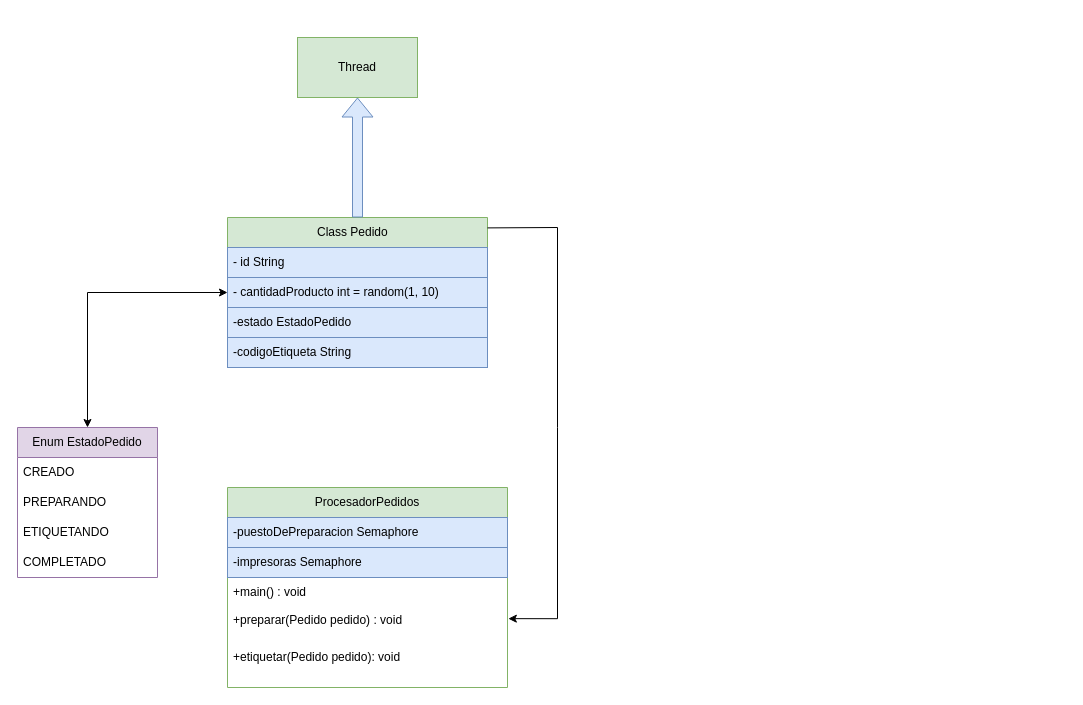
Before: DiagramasDrawIO/ModelosDeClasesFastBox.drawio in WalterMass/GeneralDam, a draw.io diagram. Source tidied: cells renumbered, new cells numbered last; positions are measured from the earlier drawing's top-left corner, leaving out a move shared by most shapes. Both pictures are drawn from the tidied source at 100%, with x=0, y=0 at pixel (17, 37).
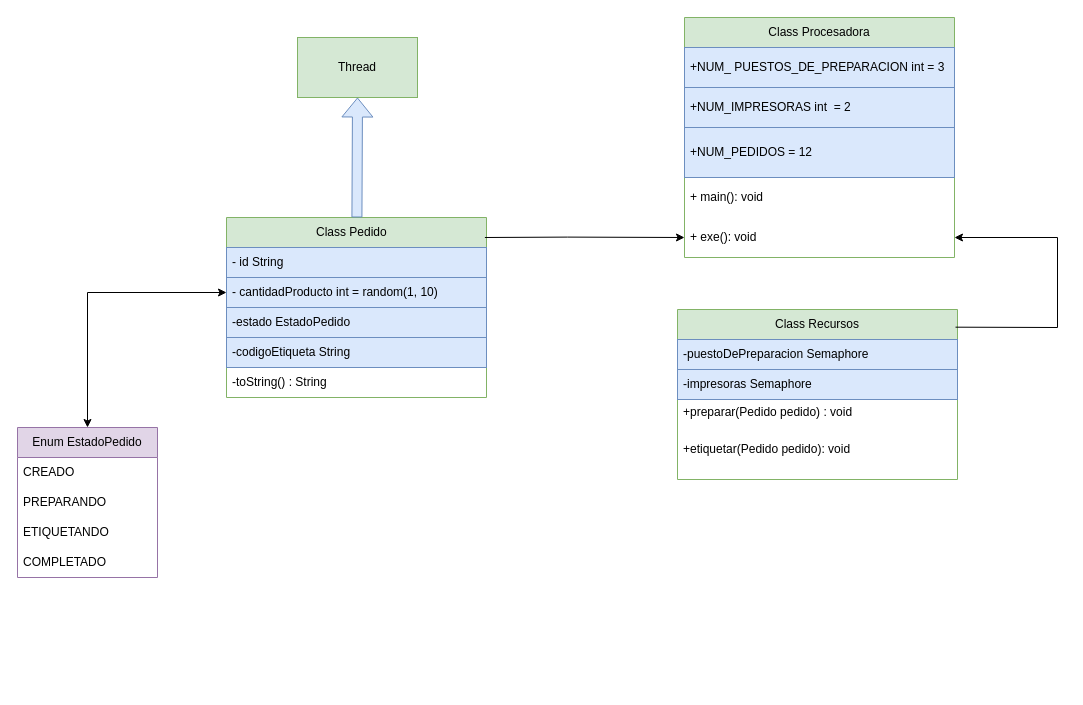
The same diagram, later.

Unchanged cells that the change refers to:
```xml
<mxCell id="4" value="- cantidadProducto int = random(1, 10)" style="text;strokeColor=#6c8ebf;fillColor=#dae8fc;align=left;verticalAlign=middle;spacingLeft=4;spacingRight=4;overflow=hidden;points=[[0,0.5],[1,0.5]];portConstraint=eastwest;whiteSpace=wrap;html=1;" parent="2" vertex="1">
  <mxGeometry y="60" width="260" height="30" as="geometry" />
</mxCell>
<mxCell id="7" value="Enum EstadoPedido" style="swimlane;fontStyle=0;horizontal=1;startSize=30;whiteSpace=wrap;html=1;fillColor=#e1d5e7;strokeColor=#9673a6;" parent="1" vertex="1">
  <mxGeometry y="390" width="140" height="150" as="geometry" />
</mxCell>
```

Diff of the diagram source:
```diff
@@
     <mxCell id="2" value="Class Pedido&lt;span style=&quot;white-space: pre;&quot;&gt;&#9;&lt;/span&gt;" style="swimlane;fontStyle=0;horizontal=1;startSize=30;whiteSpace=wrap;html=1;fillColor=#d5e8d4;strokeColor=#82b366;" parent="1" vertex="1">
-      <mxGeometry x="210" y="180" width="260" height="150" as="geometry" />
+      <mxGeometry x="209" y="180" width="260" height="180" as="geometry" />
     </mxCell>
@@
+    <mxCell id="22" value="&lt;div&gt;-toString() : String&lt;/div&gt;" style="text;align=left;verticalAlign=middle;spacingLeft=4;spacingRight=4;overflow=hidden;whiteSpace=wrap;html=1;" parent="2" vertex="1">
+      <mxGeometry y="150" width="260" height="30" as="geometry" />
+    </mxCell>
@@
-    <mxCell id="14" style="endArrow=classic;startArrow=classic;html=1;rounded=0;entryX=0;entryY=0.5;entryDx=0;entryDy=0;exitX=0.5;exitY=0;exitDx=0;exitDy=0;" parent="1" edge="1" source="7" target="2">
+    <mxCell id="14" style="endArrow=classic;startArrow=classic;html=1;rounded=0;entryX=0;entryY=0.5;entryDx=0;entryDy=0;exitX=0.5;exitY=0;exitDx=0;exitDy=0;" parent="1" edge="1" source="7" target="4">
       <mxGeometry relative="1" as="geometry">
         <Array as="points">
           <mxPoint x="70" y="255" />
         </Array>
       </mxGeometry>
     </mxCell>
-    <mxCell id="15" value="ProcesadorPedidos" style="swimlane;fontStyle=0;horizontal=1;startSize=30;whiteSpace=wrap;html=1;fillColor=#d5e8d4;strokeColor=#82b366;" parent="1" vertex="1">
-      <mxGeometry x="210" y="450" width="280" height="200" as="geometry" />
+    <mxCell id="15" value="Class Recursos" style="swimlane;fontStyle=0;horizontal=1;startSize=30;whiteSpace=wrap;html=1;fillColor=#d5e8d4;strokeColor=#82b366;" parent="1" vertex="1">
+      <mxGeometry x="660" y="272" width="280" height="170" as="geometry" />
     </mxCell>
@@
-    <mxCell id="18" value="+main() : void" style="text;align=left;verticalAlign=middle;spacingLeft=4;spacingRight=4;overflow=hidden;whiteSpace=wrap;html=1;" parent="15" vertex="1">
-      <mxGeometry y="90" width="280" height="30" as="geometry" />
-    </mxCell>
     <mxCell id="19" value="&lt;div&gt;+preparar(Pedido pedido) : void&lt;/div&gt;&lt;div&gt;&lt;br&gt;&lt;/div&gt;" style="text;strokeColor=none;fillColor=none;align=left;verticalAlign=middle;spacingLeft=4;spacingRight=4;overflow=hidden;points=[[0,0.5],[1,0.5]];portConstraint=eastwest;whiteSpace=wrap;html=1;" parent="15" vertex="1">
-      <mxGeometry y="120" width="280" height="40" as="geometry" />
+      <mxGeometry y="90" width="280" height="40" as="geometry" />
     </mxCell>
     <mxCell id="20" value="&lt;div&gt;&lt;div&gt;+etiquetar(Pedido pedido): void&lt;/div&gt;&lt;div&gt;&lt;br&gt;&lt;/div&gt;&lt;/div&gt;&lt;div&gt;&lt;br&gt;&lt;/div&gt;" style="text;strokeColor=none;fillColor=none;align=left;verticalAlign=middle;spacingLeft=4;spacingRight=4;overflow=hidden;whiteSpace=wrap;html=1;" parent="15" vertex="1">
-      <mxGeometry y="160" width="280" height="40" as="geometry" />
+      <mxGeometry y="130" width="280" height="40" as="geometry" />
     </mxCell>
-    <mxCell id="21" style="endArrow=classic;html=1;rounded=0;exitX=1.003;exitY=0.136;exitDx=0;exitDy=0;exitPerimeter=0;entryX=1.003;entryY=0.279;entryDx=0;entryDy=0;entryPerimeter=0;" parent="1" edge="1" target="19">
-      <mxGeometry relative="1" as="geometry">
-        <mxPoint x="470" y="190.4" as="sourcePoint" />
-        <Array as="points">
-          <mxPoint x="540" y="190" />
-          <mxPoint x="540" y="390" />
-          <mxPoint x="540" y="581.2" />
-        </Array>
-      </mxGeometry>
-    </mxCell>
+    <mxCell id="23" value="Class Procesadora" style="swimlane;fontStyle=0;horizontal=1;startSize=30;whiteSpace=wrap;html=1;fillColor=#d5e8d4;strokeColor=#82b366;" parent="1" vertex="1">
+      <mxGeometry x="667" y="-20" width="270" height="240" as="geometry" />
+    </mxCell>
+    <mxCell id="24" value="+NUM_ PUESTOS_DE_PREPARACION int = 3" style="text;strokeColor=#6c8ebf;fillColor=#dae8fc;align=left;verticalAlign=middle;spacingLeft=4;spacingRight=4;overflow=hidden;whiteSpace=wrap;html=1;" parent="23" vertex="1">
+      <mxGeometry y="30" width="270" height="40" as="geometry" />
+    </mxCell>
+    <mxCell id="25" value="+NUM_IMPRESORAS int&amp;nbsp; = 2" style="text;strokeColor=#6c8ebf;fillColor=#dae8fc;align=left;verticalAlign=middle;spacingLeft=4;spacingRight=4;overflow=hidden;whiteSpace=wrap;html=1;" parent="23" vertex="1">
+      <mxGeometry y="70" width="270" height="40" as="geometry" />
+    </mxCell>
+    <mxCell id="26" value="+NUM_PEDIDOS = 12" style="text;strokeColor=#6c8ebf;fillColor=#dae8fc;align=left;verticalAlign=middle;spacingLeft=4;spacingRight=4;overflow=hidden;whiteSpace=wrap;html=1;" parent="23" vertex="1">
+      <mxGeometry y="110" width="270" height="50" as="geometry" />
+    </mxCell>
+    <mxCell id="27" value="+ main(): void" style="text;strokeColor=none;fillColor=none;align=left;verticalAlign=middle;spacingLeft=4;spacingRight=4;overflow=hidden;whiteSpace=wrap;html=1;" parent="23" vertex="1">
+      <mxGeometry y="160" width="270" height="40" as="geometry" />
+    </mxCell>
+    <mxCell id="28" value="+ exe(): void" style="text;strokeColor=none;fillColor=none;align=left;verticalAlign=middle;spacingLeft=4;spacingRight=4;overflow=hidden;points=[[0,0.5],[1,0.5]];portConstraint=eastwest;whiteSpace=wrap;html=1;" parent="23" vertex="1">
+      <mxGeometry y="200" width="270" height="40" as="geometry" />
+    </mxCell>
+    <mxCell id="29" style="endArrow=classic;html=1;rounded=0;entryX=0;entryY=0.5;entryDx=0;entryDy=0;" parent="1" edge="1" target="28">
+      <mxGeometry relative="1" as="geometry">
+        <mxPoint x="467.4" y="200" as="sourcePoint" />
+        <Array as="points">
+          <mxPoint x="550" y="199.6" />
+        </Array>
+      </mxGeometry>
+    </mxCell>
+    <mxCell id="30" style="endArrow=classic;html=1;rounded=0;entryX=1;entryY=0.5;entryDx=0;entryDy=0;exitX=0.993;exitY=0.104;exitDx=0;exitDy=0;exitPerimeter=0;" parent="1" edge="1" source="15" target="28">
+      <mxGeometry relative="1" as="geometry">
+        <Array as="points">
+          <mxPoint x="1040" y="290" />
+          <mxPoint x="1040" y="200" />
+        </Array>
+      </mxGeometry>
+    </mxCell>
```
